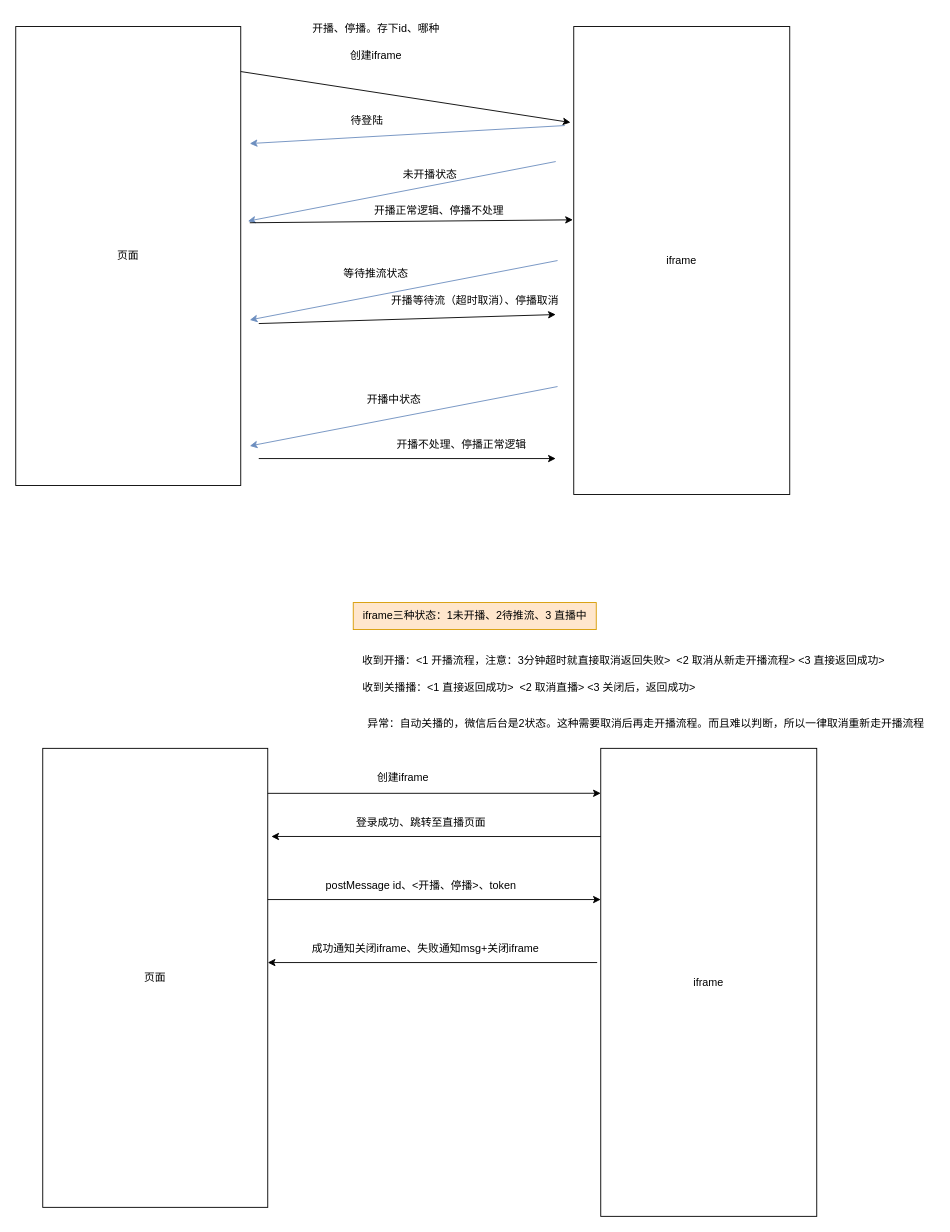
heyingjiee/draw keeps this draw.io diagram as 助手插件.drawio. Above is the earlier version. Source tidied: cells renumbered, new cells numbered last; positions are measured from the earlier drawing's top-left corner, leaving out a move shared by most shapes. Both pictures are drawn from the tidied source at 90%, with x=0, y=0 at pixel (15, 15).
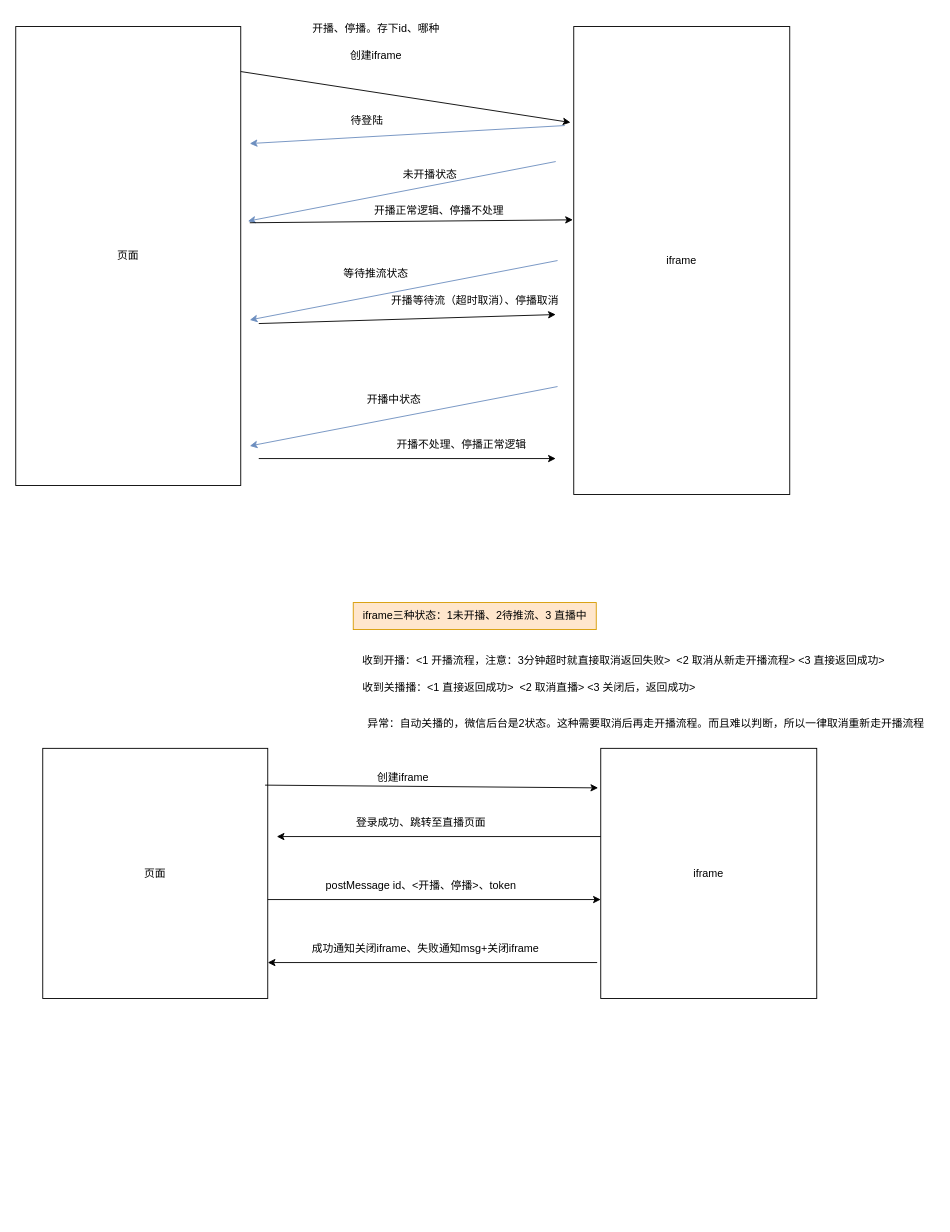
The same diagram, later.

Commit message:
更新助手插件.drawio

What changed in the source:
```diff
@@
     <mxCell id="21" value="页面" style="rounded=0;whiteSpace=wrap;html=1;" parent="1" vertex="1">
-      <mxGeometry x="30" y="814" width="250" height="510" as="geometry" />
+      <mxGeometry x="30" y="814" width="250" height="278" as="geometry" />
     </mxCell>
     <mxCell id="22" value="iframe" style="rounded=0;whiteSpace=wrap;html=1;" parent="1" vertex="1">
-      <mxGeometry x="650" y="814" width="240" height="520" as="geometry" />
+      <mxGeometry x="650" y="814" width="240" height="278" as="geometry" />
     </mxCell>
-    <mxCell id="23" style="endArrow=classic;html=1;rounded=0;entryX=0;entryY=0.096;entryDx=0;entryDy=0;entryPerimeter=0;" parent="1" edge="1" target="22">
-      <mxGeometry relative="1" as="geometry">
-        <mxPoint x="280" y="864" as="sourcePoint" />
-      </mxGeometry>
+    <mxCell id="23" style="endArrow=classic;html=1;rounded=0;entryX=-0.012;entryY=0.158;entryDx=0;entryDy=0;entryPerimeter=0;exitX=0.988;exitY=0.147;exitDx=0;exitDy=0;exitPerimeter=0;" parent="1" edge="1" source="21" target="22">
+      <mxGeometry relative="1" as="geometry" />
     </mxCell>
@@
-    <mxCell id="26" style="endArrow=classic;html=1;rounded=0;entryX=1.016;entryY=0.192;entryDx=0;entryDy=0;entryPerimeter=0;" parent="1" edge="1" target="21">
+    <mxCell id="26" style="endArrow=classic;html=1;rounded=0;" parent="1" edge="1">
       <mxGeometry relative="1" as="geometry">
         <mxPoint x="650" y="912" as="sourcePoint" />
+        <mxPoint x="290" y="912" as="targetPoint" />
       </mxGeometry>
     </mxCell>
```
